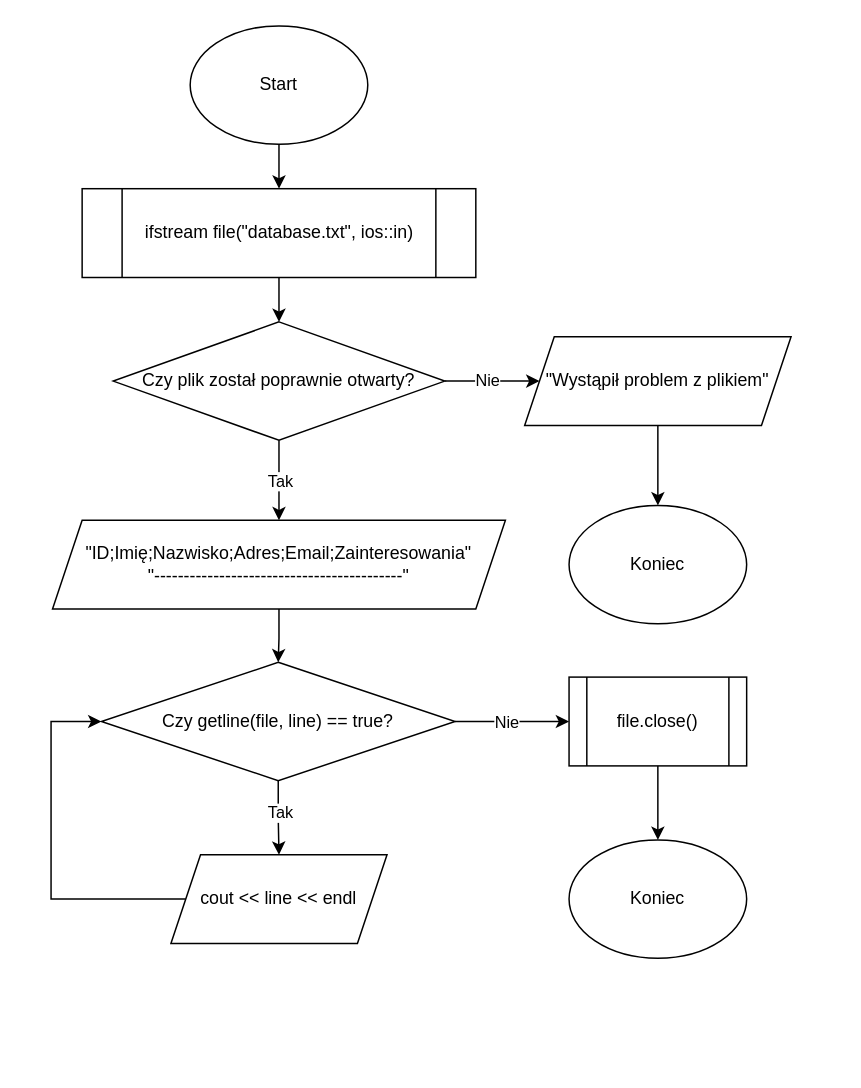
This is schematy/DisplayPerson.drawio from NoxerdieS/Projekt-system-adres-w, a draw.io file, before an edit. Source tidied: cells renumbered, new cells numbered last; positions are measured from the earlier drawing's top-left corner, leaving out a move shared by most shapes. Both pictures are drawn from the tidied source at 148%, with x=0, y=0 at pixel (50, 25).
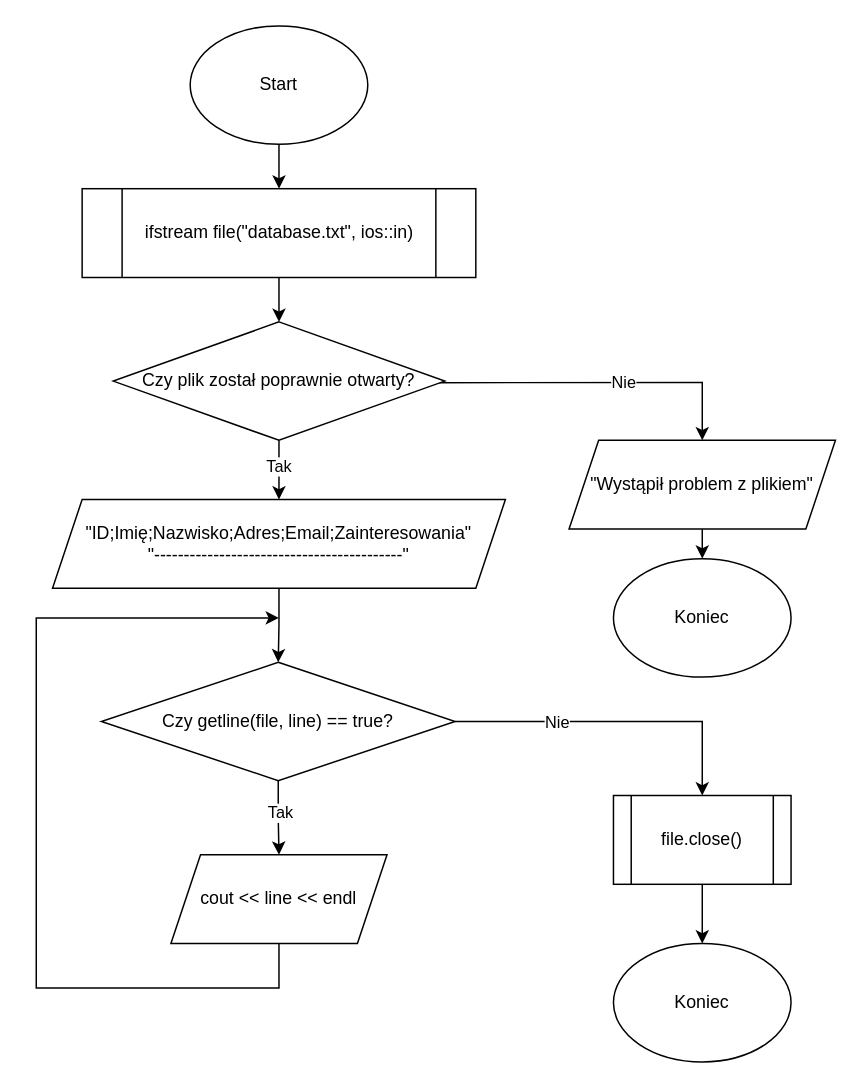
Above is the later version.

Unchanged cells that the change refers to:
```xml
<mxCell id="7" style="edgeStyle=orthogonalEdgeStyle;rounded=0;jettySize=auto;html=1;" parent="1" edge="1" source="9" target="13">
  <mxGeometry relative="1" as="geometry" />
</mxCell>
<mxCell id="9" value="Czy plik został poprawnie otwarty?" style="rhombus;whiteSpace=wrap;html=1;" parent="1" vertex="1">
  <mxGeometry x="42" y="200" width="224" height="80" as="geometry" />
</mxCell>
<mxCell id="16" style="edgeStyle=orthogonalEdgeStyle;rounded=0;jettySize=auto;html=1;" parent="1" edge="1" source="18" target="24">
  <mxGeometry relative="1" as="geometry" />
</mxCell>
<mxCell id="18" value="Czy getline(file, line) == true?" style="rhombus;whiteSpace=wrap;html=1;" parent="1" vertex="1">
  <mxGeometry x="34" y="430" width="239" height="80" as="geometry" />
</mxCell>
<mxCell id="20" value="cout &amp;lt;&amp;lt; line &amp;lt;&amp;lt; endl" style="shape=parallelogram;perimeter=parallelogramPerimeter;whiteSpace=wrap;html=1;fixedSize=1;" parent="1" vertex="1">
  <mxGeometry x="81" y="560" width="146" height="60" as="geometry" />
</mxCell>
```

What changed in the source:
```diff
@@
-    <mxCell id="5" style="edgeStyle=orthogonalEdgeStyle;rounded=0;jettySize=auto;html=1;" parent="1" edge="1" source="9" target="11">
-      <mxGeometry relative="1" as="geometry" />
+    <mxCell id="5" style="edgeStyle=orthogonalEdgeStyle;rounded=0;jettySize=auto;html=1;exitX=0.969;exitY=0.513;exitDx=0;exitDy=0;exitPerimeter=0;entryX=0.5;entryY=0;entryDx=0;entryDy=0;" parent="1" edge="1" source="9" target="11">
+      <mxGeometry relative="1" as="geometry">
+        <Array as="points">
+          <mxPoint x="440" y="241" />
+        </Array>
+      </mxGeometry>
     </mxCell>
     <mxCell id="6" value="Nie" style="edgeLabel;html=1;align=center;verticalAlign=middle;" parent="5" vertex="1">
-      <mxGeometry x="-0.12" y="1" relative="1" as="geometry" />
+      <mxGeometry x="-0.12" y="1" relative="1" as="geometry">
+        <mxPoint x="30" as="offset" />
+      </mxGeometry>
     </mxCell>
@@
     <mxCell id="8" value="Tak" style="edgeLabel;html=1;align=center;verticalAlign=middle;" parent="7" vertex="1">
-      <mxGeometry relative="1" as="geometry" />
+      <mxGeometry relative="1" as="geometry">
+        <mxPoint x="-1" y="-3" as="offset" />
+      </mxGeometry>
     </mxCell>
@@
-    <mxCell id="10" style="edgeStyle=orthogonalEdgeStyle;rounded=0;jettySize=auto;html=1;" parent="1" edge="1" source="11" target="25">
-      <mxGeometry relative="1" as="geometry" />
+    <mxCell id="10" style="edgeStyle=orthogonalEdgeStyle;rounded=0;jettySize=auto;html=1;" parent="1" edge="1" source="11">
+      <mxGeometry relative="1" as="geometry">
+        <mxPoint x="440" y="360" as="targetPoint" />
+      </mxGeometry>
     </mxCell>
     <mxCell id="11" value="&lt;div&gt;&lt;span style=&quot;background-color: transparent; color: light-dark(rgb(0, 0, 0), rgb(255, 255, 255));&quot;&gt;&quot;Wystąpił problem z plikiem&quot;&lt;/span&gt;&lt;/div&gt;" style="shape=parallelogram;perimeter=parallelogramPerimeter;whiteSpace=wrap;html=1;fixedSize=1;" parent="1" vertex="1">
-      <mxGeometry x="320" y="210" width="180" height="60" as="geometry" />
+      <mxGeometry x="350" y="280" width="180" height="60" as="geometry" />
     </mxCell>
@@
     <mxCell id="13" value="&lt;div&gt;&lt;span style=&quot;background-color: transparent; color: light-dark(rgb(0, 0, 0), rgb(255, 255, 255));&quot;&gt;&quot;ID;Imię;Nazwisko;Adres;Email;Zainteresowania&quot;&lt;/span&gt;&lt;/div&gt;&lt;div&gt;&quot;------------------------------------------&quot;&lt;/div&gt;" style="shape=parallelogram;perimeter=parallelogramPerimeter;whiteSpace=wrap;html=1;fixedSize=1;" parent="1" vertex="1">
-      <mxGeometry x="1" y="334" width="306" height="60" as="geometry" />
+      <mxGeometry x="1" y="320" width="306" height="60" as="geometry" />
     </mxCell>
@@
     <mxCell id="17" value="Nie" style="edgeLabel;html=1;align=center;verticalAlign=middle;" parent="16" vertex="1">
       <mxGeometry x="-0.06" y="-3" relative="1" as="geometry">
-        <mxPoint x="-2" y="-3" as="offset" />
+        <mxPoint x="-34" y="-3" as="offset" />
       </mxGeometry>
     </mxCell>
@@
-    <mxCell id="19" style="edgeStyle=orthogonalEdgeStyle;rounded=0;jettySize=auto;html=1;entryX=0;entryY=0.5;entryDx=0;entryDy=0;exitX=0;exitY=0.5;exitDx=0;exitDy=0;" parent="1" edge="1" source="20" target="18">
+    <mxCell id="19" style="edgeStyle=orthogonalEdgeStyle;rounded=0;jettySize=auto;html=1;exitX=0.5;exitY=1;exitDx=0;exitDy=0;" parent="1" edge="1" source="20">
       <mxGeometry relative="1" as="geometry">
+        <mxPoint x="154" y="400" as="targetPoint" />
         <Array as="points">
-          <mxPoint y="590" />
-          <mxPoint y="470" />
+          <mxPoint x="154" y="650" />
+          <mxPoint x="-10" y="650" />
+          <mxPoint x="-10" y="400" />
         </Array>
       </mxGeometry>
     </mxCell>
@@
     <mxCell id="21" value="Koniec" style="ellipse;whiteSpace=wrap;html=1;" parent="1" vertex="1">
-      <mxGeometry x="350" y="550" width="120" height="80" as="geometry" />
+      <mxGeometry x="380" y="620" width="120" height="80" as="geometry" />
     </mxCell>
@@
     <mxCell id="24" value="file.close()" style="shape=process;whiteSpace=wrap;html=1;backgroundOutline=1;" parent="1" vertex="1">
-      <mxGeometry x="350" y="440" width="120" height="60" as="geometry" />
+      <mxGeometry x="380" y="520" width="120" height="60" as="geometry" />
     </mxCell>
     <mxCell id="25" value="Koniec" style="ellipse;whiteSpace=wrap;html=1;" parent="1" vertex="1">
-      <mxGeometry x="350" y="324" width="120" height="80" as="geometry" />
+      <mxGeometry x="380" y="360" width="120" height="80" as="geometry" />
     </mxCell>
```
